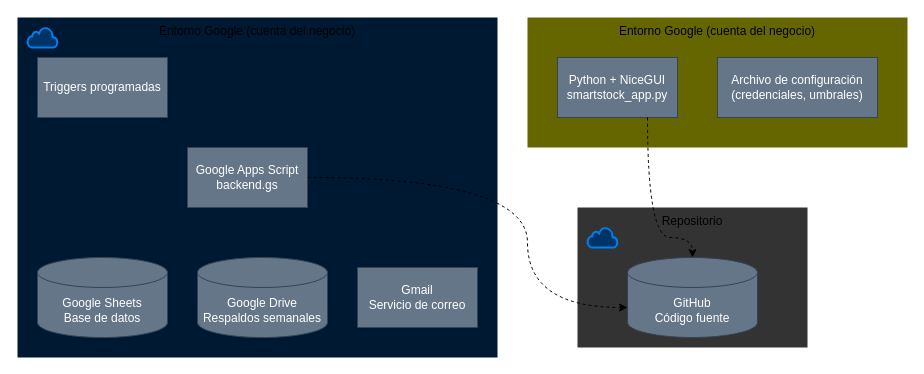
ochuxx-u/smartstock keeps this draw.io diagram as page "Despliegue" (2 of 9) of Docs/UML/Drawio/All_Diagrams.drawio. Above is the earlier version. Source tidied: cells renumbered, new cells numbered last; positions are measured from the earlier drawing's top-left corner, leaving out a move shared by most shapes. Both pictures are drawn from the tidied source at 100%, with x=0, y=0 at pixel (17, 17).
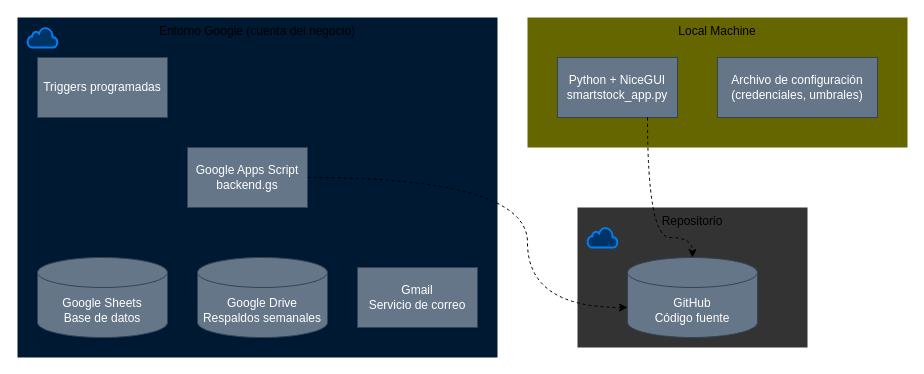
The same diagram, later.

Commit message (it also covers changes not shown here):
All diagrams images uploaded

Diff of the diagram source:
```diff
@@
-    <mxCell id="3" value="Entorno Google (cuenta del negocio)" style="whiteSpace=wrap;html=1;strokeColor=none;fillColor=#666600;verticalAlign=top;" parent="1" vertex="1">
+    <mxCell id="3" value="Local Machine" style="whiteSpace=wrap;html=1;strokeColor=none;fillColor=#666600;verticalAlign=top;" parent="1" vertex="1">
       <mxGeometry x="510" width="380" height="130" as="geometry" />
     </mxCell>
```
